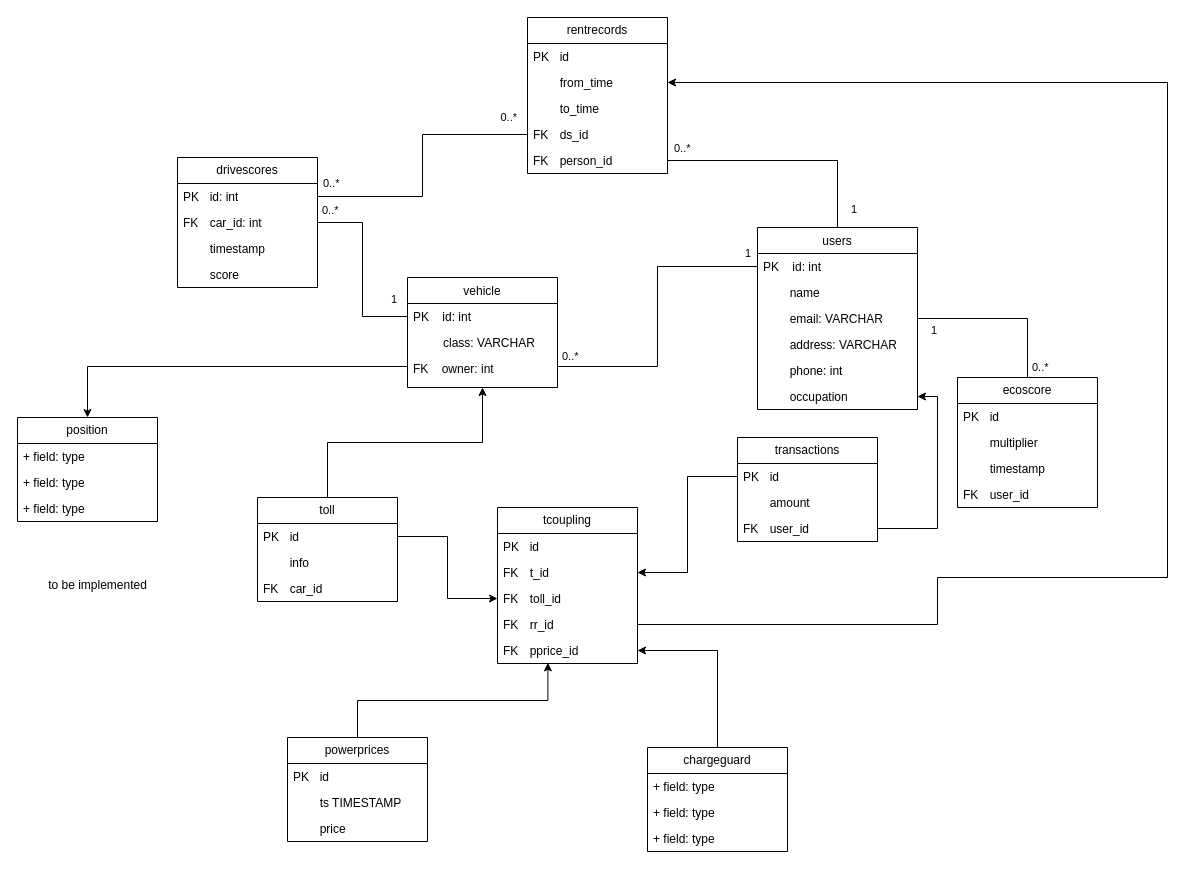
Before: Project Information/Diagram/prosjektdb.drawio in ElektroMannen/Ingenior-prosjekt-1, a draw.io diagram. Source tidied: cells renumbered, new cells numbered last; positions are measured from the earlier drawing's top-left corner, leaving out a move shared by most shapes. Both pictures are drawn from the tidied source at 100%, with x=0, y=0 at pixel (17, 17).
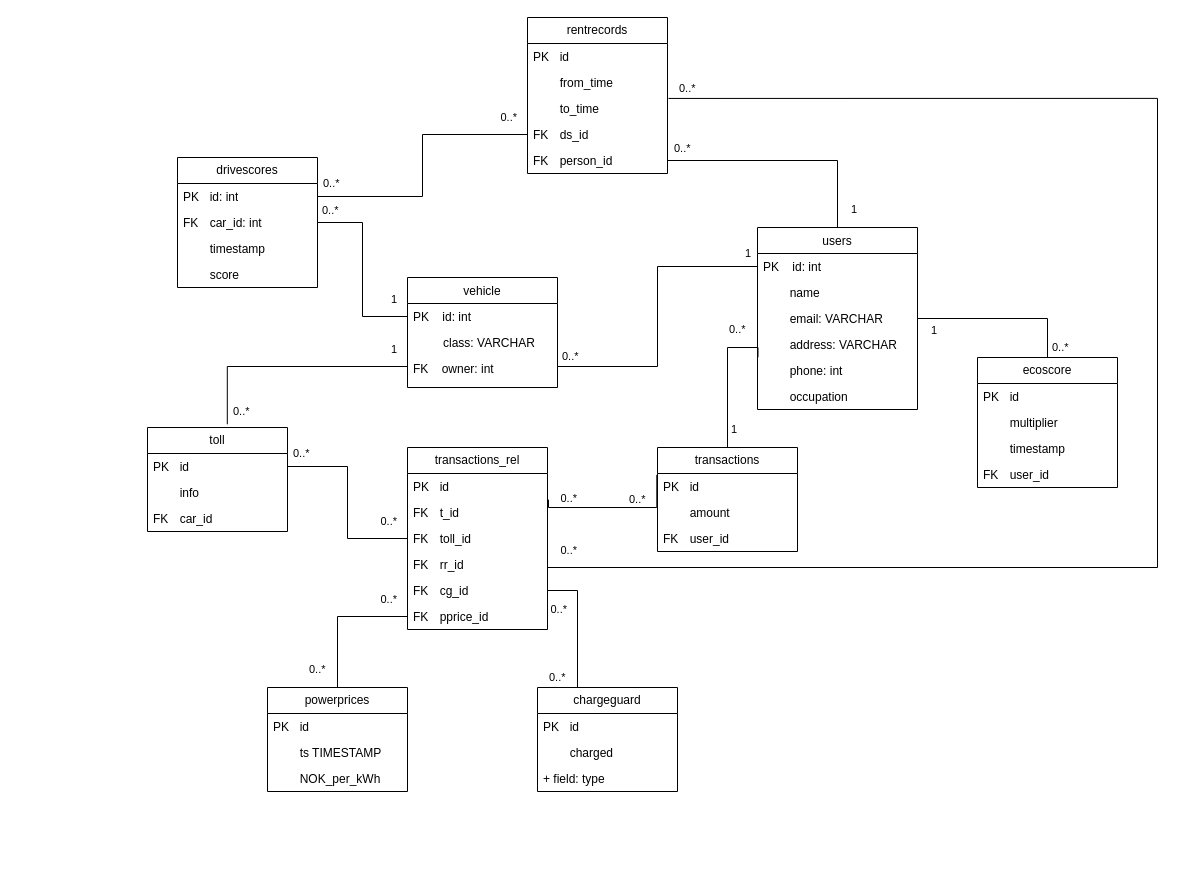
The same page after the edit.

Commit message (it also covers changes not shown here):
UML diagram for DB finished

Unchanged cells that the change refers to:
```xml
<mxCell id="2" value="vehicle" style="swimlane;fontStyle=0;align=center;verticalAlign=top;horizontal=1;startSize=26;rounded=0;shadow=0;strokeWidth=1;" parent="1" vertex="1">
  <mxGeometry x="390" y="260" width="150" height="110" as="geometry" />
</mxCell>
<mxCell id="5" value="FK    owner: int" style="text;align=left;verticalAlign=top;spacingLeft=4;spacingRight=4;overflow=hidden;points=[[0,0.5],[1,0.5]];portConstraint=eastwest;rounded=0;shadow=0;html=0;" parent="2" vertex="1">
  <mxGeometry y="78" width="150" height="22" as="geometry" />
</mxCell>
<mxCell id="11" value="        phone: int" style="text;align=left;verticalAlign=top;spacingLeft=4;spacingRight=4;overflow=hidden;points=[[0,0.5],[1,0.5]];portConstraint=eastwest;rounded=0;shadow=0;html=0;" parent="6" vertex="1">
  <mxGeometry y="130" width="160" height="26" as="geometry" />
</mxCell>
<mxCell id="12" value="&lt;span style=&quot;white-space: pre;&quot;&gt;&#9;&lt;/span&gt;occupation" style="text;strokeColor=none;fillColor=none;align=left;verticalAlign=top;spacingLeft=4;spacingRight=4;overflow=hidden;points=[[0,0.5],[1,0.5]];portConstraint=eastwest;whiteSpace=wrap;html=1;" parent="6" vertex="1">
  <mxGeometry y="156" width="160" height="26" as="geometry" />
</mxCell>
<mxCell id="23" value="&lt;span style=&quot;white-space: pre;&quot;&gt;&#9;&lt;/span&gt;from_time" style="text;strokeColor=none;fillColor=none;align=left;verticalAlign=top;spacingLeft=4;spacingRight=4;overflow=hidden;points=[[0,0.5],[1,0.5]];portConstraint=eastwest;whiteSpace=wrap;html=1;" parent="21" vertex="1">
  <mxGeometry y="52" width="140" height="26" as="geometry" />
</mxCell>
<mxCell id="24" value="&lt;span style=&quot;white-space: pre;&quot;&gt;&#9;&lt;/span&gt;to_time" style="text;strokeColor=none;fillColor=none;align=left;verticalAlign=top;spacingLeft=4;spacingRight=4;overflow=hidden;points=[[0,0.5],[1,0.5]];portConstraint=eastwest;whiteSpace=wrap;html=1;" parent="21" vertex="1">
  <mxGeometry y="78" width="140" height="26" as="geometry" />
</mxCell>
<mxCell id="48" value="PK&lt;span style=&quot;white-space: pre;&quot;&gt;&#9;&lt;/span&gt;id" style="text;strokeColor=none;fillColor=none;align=left;verticalAlign=top;spacingLeft=4;spacingRight=4;overflow=hidden;points=[[0,0.5],[1,0.5]];portConstraint=eastwest;whiteSpace=wrap;html=1;" parent="47" vertex="1">
  <mxGeometry y="26" width="140" height="26" as="geometry" />
</mxCell>
<mxCell id="66" value="PK&lt;span style=&quot;white-space: pre;&quot;&gt;&#9;&lt;/span&gt;id" style="text;strokeColor=none;fillColor=none;align=left;verticalAlign=top;spacingLeft=4;spacingRight=4;overflow=hidden;points=[[0,0.5],[1,0.5]];portConstraint=eastwest;whiteSpace=wrap;html=1;" parent="65" vertex="1">
  <mxGeometry y="26" width="140" height="26" as="geometry" />
</mxCell>
<mxCell id="68" value="FK&lt;span style=&quot;white-space: pre;&quot;&gt;&#9;&lt;/span&gt;user_id" style="text;strokeColor=none;fillColor=none;align=left;verticalAlign=top;spacingLeft=4;spacingRight=4;overflow=hidden;points=[[0,0.5],[1,0.5]];portConstraint=eastwest;whiteSpace=wrap;html=1;" parent="65" vertex="1">
  <mxGeometry y="78" width="140" height="26" as="geometry" />
</mxCell>
<mxCell id="71" value="FK&lt;span style=&quot;white-space: pre;&quot;&gt;&#9;&lt;/span&gt;t_id" style="text;strokeColor=none;fillColor=none;align=left;verticalAlign=top;spacingLeft=4;spacingRight=4;overflow=hidden;points=[[0,0.5],[1,0.5]];portConstraint=eastwest;whiteSpace=wrap;html=1;" parent="69" vertex="1">
  <mxGeometry y="52" width="140" height="26" as="geometry" />
</mxCell>
<mxCell id="72" value="FK&lt;span style=&quot;white-space: pre;&quot;&gt;&#9;&lt;/span&gt;toll_id" style="text;strokeColor=none;fillColor=none;align=left;verticalAlign=top;spacingLeft=4;spacingRight=4;overflow=hidden;points=[[0,0.5],[1,0.5]];portConstraint=eastwest;whiteSpace=wrap;html=1;" parent="69" vertex="1">
  <mxGeometry y="78" width="140" height="26" as="geometry" />
</mxCell>
<mxCell id="73" value="FK&lt;span style=&quot;white-space: pre;&quot;&gt;&#9;&lt;/span&gt;rr_id" style="text;strokeColor=none;fillColor=none;align=left;verticalAlign=top;spacingLeft=4;spacingRight=4;overflow=hidden;points=[[0,0.5],[1,0.5]];portConstraint=eastwest;whiteSpace=wrap;html=1;" parent="69" vertex="1">
  <mxGeometry y="104" width="140" height="26" as="geometry" />
</mxCell>
```

Diff of the diagram source:
```diff
@@
     <mxCell id="27" value="ecoscore" style="swimlane;fontStyle=0;horizontal=1;startSize=26;fillColor=none;whiteSpace=wrap;html=1;" parent="1" vertex="1">
-      <mxGeometry x="940" y="360" width="140" height="130" as="geometry" />
+      <mxGeometry x="960" y="340" width="140" height="130" as="geometry" />
     </mxCell>
@@
-    <mxCell id="44" style="edgeStyle=orthogonalEdgeStyle;rounded=0;jettySize=auto;html=1;exitX=0;exitY=0.5;exitDx=0;exitDy=0;entryX=0.5;entryY=0;entryDx=0;entryDy=0;" parent="1" edge="1" source="5" target="61">
-      <mxGeometry relative="1" as="geometry" />
-    </mxCell>
-    <mxCell id="45" value="to be implemented" style="text;html=1;align=center;verticalAlign=middle;strokeColor=none;fillColor=none;" parent="1" vertex="1">
-      <mxGeometry x="20" y="553" width="120" height="30" as="geometry" />
-    </mxCell>
-    <mxCell id="46" style="edgeStyle=orthogonalEdgeStyle;rounded=0;jettySize=auto;html=1;exitX=0.5;exitY=0;exitDx=0;exitDy=0;entryX=0.5;entryY=1;entryDx=0;entryDy=0;" parent="1" edge="1" source="47" target="2">
-      <mxGeometry relative="1" as="geometry" />
-    </mxCell>
     <mxCell id="47" value="toll" style="swimlane;fontStyle=0;horizontal=1;startSize=26;fillColor=none;whiteSpace=wrap;html=1;" parent="1" vertex="1">
-      <mxGeometry x="240" y="480" width="140" height="104" as="geometry" />
+      <mxGeometry x="130" y="410" width="140" height="104" as="geometry" />
     </mxCell>
@@
-    <mxCell id="51" style="edgeStyle=orthogonalEdgeStyle;rounded=0;jettySize=auto;html=1;exitX=0.5;exitY=0;exitDx=0;exitDy=0;entryX=1;entryY=0.5;entryDx=0;entryDy=0;" parent="1" edge="1" source="52" target="74">
-      <mxGeometry relative="1" as="geometry" />
-    </mxCell>
     <mxCell id="52" value="chargeguard" style="swimlane;fontStyle=0;horizontal=1;startSize=26;fillColor=none;whiteSpace=wrap;html=1;" parent="1" vertex="1">
-      <mxGeometry x="630" y="730" width="140" height="104" as="geometry" />
+      <mxGeometry x="520" y="670" width="140" height="104" as="geometry" />
     </mxCell>
-    <mxCell id="53" value="+ field: type" style="text;strokeColor=none;fillColor=none;align=left;verticalAlign=top;spacingLeft=4;spacingRight=4;overflow=hidden;whiteSpace=wrap;html=1;" parent="52" vertex="1">
+    <mxCell id="53" value="PK&lt;span style=&quot;white-space: pre;&quot;&gt;&#9;&lt;/span&gt;id&lt;span style=&quot;white-space: pre;&quot;&gt;&#9;&lt;/span&gt;" style="text;strokeColor=none;fillColor=none;align=left;verticalAlign=top;spacingLeft=4;spacingRight=4;overflow=hidden;whiteSpace=wrap;html=1;" parent="52" vertex="1">
       <mxGeometry y="26" width="140" height="26" as="geometry" />
     </mxCell>
-    <mxCell id="54" value="+ field: type" style="text;strokeColor=none;fillColor=none;align=left;verticalAlign=top;spacingLeft=4;spacingRight=4;overflow=hidden;whiteSpace=wrap;html=1;" parent="52" vertex="1">
+    <mxCell id="54" value="&lt;span style=&quot;white-space: pre;&quot;&gt;&#9;&lt;/span&gt;charged" style="text;strokeColor=none;fillColor=none;align=left;verticalAlign=top;spacingLeft=4;spacingRight=4;overflow=hidden;whiteSpace=wrap;html=1;" parent="52" vertex="1">
       <mxGeometry y="52" width="140" height="26" as="geometry" />
     </mxCell>
@@
     <mxCell id="56" value="powerprices" style="swimlane;fontStyle=0;horizontal=1;startSize=26;fillColor=none;whiteSpace=wrap;html=1;" parent="1" vertex="1">
-      <mxGeometry x="270" y="720" width="140" height="104" as="geometry" />
+      <mxGeometry x="250" y="670" width="140" height="104" as="geometry" />
     </mxCell>
@@
-    <mxCell id="59" value="&lt;span style=&quot;white-space: pre;&quot;&gt;&#9;&lt;/span&gt;price" style="text;strokeColor=none;fillColor=none;align=left;verticalAlign=top;spacingLeft=4;spacingRight=4;overflow=hidden;whiteSpace=wrap;html=1;" parent="56" vertex="1">
+    <mxCell id="59" value="&lt;span style=&quot;white-space: pre;&quot;&gt;&#9;&lt;/span&gt;NOK_per_kWh" style="text;strokeColor=none;fillColor=none;align=left;verticalAlign=top;spacingLeft=4;spacingRight=4;overflow=hidden;whiteSpace=wrap;html=1;" parent="56" vertex="1">
       <mxGeometry y="78" width="140" height="26" as="geometry" />
     </mxCell>
-    <mxCell id="60" style="group;" parent="1" vertex="1">
-      <mxGeometry y="400" width="140" height="104" as="geometry" />
-    </mxCell>
-    <mxCell id="61" value="position" style="swimlane;fontStyle=0;horizontal=1;startSize=26;fillColor=none;whiteSpace=wrap;html=1;" parent="60" vertex="1">
-      <mxGeometry width="140" height="104" as="geometry" />
-    </mxCell>
-    <mxCell id="62" value="+ field: type" style="text;strokeColor=none;fillColor=none;align=left;verticalAlign=top;spacingLeft=4;spacingRight=4;overflow=hidden;whiteSpace=wrap;html=1;" parent="60" vertex="1">
-      <mxGeometry y="26" width="140" height="26" as="geometry" />
-    </mxCell>
-    <mxCell id="63" value="+ field: type" style="text;strokeColor=none;fillColor=none;align=left;verticalAlign=top;spacingLeft=4;spacingRight=4;overflow=hidden;whiteSpace=wrap;html=1;" parent="60" vertex="1">
-      <mxGeometry y="52" width="140" height="26" as="geometry" />
-    </mxCell>
-    <mxCell id="64" value="+ field: type" style="text;strokeColor=none;fillColor=none;align=left;verticalAlign=top;spacingLeft=4;spacingRight=4;overflow=hidden;whiteSpace=wrap;html=1;" parent="60" vertex="1">
-      <mxGeometry y="78" width="140" height="26" as="geometry" />
-    </mxCell>
     <mxCell id="65" value="transactions" style="swimlane;fontStyle=0;horizontal=1;startSize=26;fillColor=none;whiteSpace=wrap;html=1;" parent="1" vertex="1">
-      <mxGeometry x="720" y="420" width="140" height="104" as="geometry" />
+      <mxGeometry x="640" y="430" width="140" height="104" as="geometry" />
     </mxCell>
@@
-    <mxCell id="69" value="tcoupling" style="swimlane;fontStyle=0;horizontal=1;startSize=26;fillColor=none;whiteSpace=wrap;html=1;" parent="1" vertex="1">
-      <mxGeometry x="480" y="490" width="140" height="156" as="geometry" />
+    <mxCell id="69" value="transactions&lt;span style=&quot;background-color: initial;&quot;&gt;_rel&lt;/span&gt;" style="swimlane;fontStyle=0;horizontal=1;startSize=26;fillColor=none;whiteSpace=wrap;html=1;" parent="1" vertex="1">
+      <mxGeometry x="390" y="430" width="140" height="182" as="geometry" />
     </mxCell>
@@
+    <mxCell id="80" value="FK&lt;span style=&quot;white-space: pre;&quot;&gt;&#9;&lt;/span&gt;cg_id" style="text;strokeColor=none;fillColor=none;align=left;verticalAlign=top;spacingLeft=4;spacingRight=4;overflow=hidden;points=[[0,0.5],[1,0.5]];portConstraint=eastwest;whiteSpace=wrap;html=1;" parent="69" vertex="1">
+      <mxGeometry y="130" width="140" height="26" as="geometry" />
+    </mxCell>
     <mxCell id="74" value="FK&lt;span style=&quot;white-space: pre;&quot;&gt;&#9;&lt;/span&gt;pprice_id" style="text;strokeColor=none;fillColor=none;align=left;verticalAlign=top;spacingLeft=4;spacingRight=4;overflow=hidden;points=[[0,0.5],[1,0.5]];portConstraint=eastwest;whiteSpace=wrap;html=1;" parent="69" vertex="1">
-      <mxGeometry y="130" width="140" height="26" as="geometry" />
+      <mxGeometry y="156" width="140" height="26" as="geometry" />
     </mxCell>
+    <mxCell id="81" style="endArrow=none;html=1;edgeStyle=orthogonalEdgeStyle;rounded=0;exitX=0.5;exitY=0;exitDx=0;exitDy=0;entryX=1;entryY=0.5;entryDx=0;entryDy=0;" parent="1" edge="1" source="52" target="80">
+      <mxGeometry relative="1" as="geometry">
+        <Array as="points">
+          <mxPoint x="560" y="670" />
+          <mxPoint x="560" y="573" />
+        </Array>
+      </mxGeometry>
+    </mxCell>
+    <mxCell id="82" value="0..*" style="edgeLabel;html=1;align=left;verticalAlign=bottom;" parent="81" vertex="1">
+      <mxGeometry x="-1" relative="1" as="geometry">
+        <mxPoint x="-60" y="-2" as="offset" />
+      </mxGeometry>
+    </mxCell>
+    <mxCell id="83" value="0..*" style="edgeLabel;html=1;align=right;verticalAlign=bottom;" parent="81" vertex="1">
+      <mxGeometry x="1" relative="1" as="geometry">
+        <mxPoint x="20" y="27" as="offset" />
+      </mxGeometry>
+    </mxCell>
+    <mxCell id="84" style="endArrow=none;html=1;edgeStyle=orthogonalEdgeStyle;rounded=0;entryX=0.5;entryY=0;entryDx=0;entryDy=0;exitX=0.003;exitY=-0.009;exitDx=0;exitDy=0;exitPerimeter=0;" parent="1" edge="1" source="11" target="65">
+      <mxGeometry relative="1" as="geometry" />
+    </mxCell>
+    <mxCell id="85" value="0..*" style="edgeLabel;html=1;align=left;verticalAlign=bottom;" parent="84" vertex="1">
+      <mxGeometry x="-1" relative="1" as="geometry">
+        <mxPoint x="-30" y="-20" as="offset" />
+      </mxGeometry>
+    </mxCell>
+    <mxCell id="86" value="1" style="edgeLabel;html=1;align=right;verticalAlign=bottom;" parent="84" vertex="1">
+      <mxGeometry x="1" relative="1" as="geometry">
+        <mxPoint x="10" y="-10" as="offset" />
+      </mxGeometry>
+    </mxCell>
+    <mxCell id="87" style="endArrow=none;html=1;edgeStyle=orthogonalEdgeStyle;rounded=0;entryX=1;entryY=0.5;entryDx=0;entryDy=0;exitX=1.007;exitY=0.113;exitDx=0;exitDy=0;exitPerimeter=0;" parent="1" edge="1" source="24" target="73">
+      <mxGeometry relative="1" as="geometry">
+        <Array as="points">
+          <mxPoint x="1140" y="81" />
+          <mxPoint x="1140" y="550" />
+          <mxPoint x="530" y="550" />
+        </Array>
+      </mxGeometry>
+    </mxCell>
+    <mxCell id="88" value="0..*" style="edgeLabel;html=1;align=left;verticalAlign=bottom;" parent="87" vertex="1">
+      <mxGeometry x="-1" relative="1" as="geometry">
+        <mxPoint x="9" y="-2" as="offset" />
+      </mxGeometry>
+    </mxCell>
+    <mxCell id="89" value="0..*" style="edgeLabel;html=1;align=right;verticalAlign=bottom;" parent="87" vertex="1">
+      <mxGeometry x="1" relative="1" as="geometry">
+        <mxPoint x="30" y="-6" as="offset" />
+      </mxGeometry>
+    </mxCell>
-    <mxCell id="75" style="edgeStyle=orthogonalEdgeStyle;rounded=0;jettySize=auto;html=1;exitX=0.5;exitY=0;exitDx=0;exitDy=0;entryX=0.36;entryY=0.975;entryDx=0;entryDy=0;entryPerimeter=0;" parent="1" edge="1" source="56" target="74">
+    <mxCell id="75" style="endArrow=none;html=1;edgeStyle=orthogonalEdgeStyle;rounded=0;exitX=0.5;exitY=0;exitDx=0;exitDy=0;entryX=0;entryY=0.5;entryDx=0;entryDy=0;curved=0;startArrow=none;startFill=0;endFill=0;" parent="1" edge="1" source="56" target="74">
       <mxGeometry relative="1" as="geometry" />
     </mxCell>
-    <mxCell id="76" style="edgeStyle=orthogonalEdgeStyle;rounded=0;jettySize=auto;html=1;exitX=1;exitY=0.5;exitDx=0;exitDy=0;entryX=1;entryY=0.5;entryDx=0;entryDy=0;" parent="1" edge="1" source="68" target="12">
-      <mxGeometry relative="1" as="geometry" />
-    </mxCell>
+    <mxCell id="90" value="0..*" style="edgeLabel;html=1;align=left;verticalAlign=bottom;" parent="75" vertex="1">
+      <mxGeometry x="-1" relative="1" as="geometry">
+        <mxPoint x="-30" y="-10" as="offset" />
+      </mxGeometry>
+    </mxCell>
+    <mxCell id="91" value="0..*" style="edgeLabel;html=1;align=right;verticalAlign=bottom;" parent="75" vertex="1">
+      <mxGeometry x="1" relative="1" as="geometry">
+        <mxPoint x="-10" y="-9" as="offset" />
+      </mxGeometry>
+    </mxCell>
-    <mxCell id="77" style="edgeStyle=orthogonalEdgeStyle;rounded=0;jettySize=auto;html=1;exitX=1;exitY=0.5;exitDx=0;exitDy=0;entryX=0;entryY=0.5;entryDx=0;entryDy=0;" parent="1" edge="1" source="48" target="72">
+    <mxCell id="77" style="endArrow=none;html=1;edgeStyle=orthogonalEdgeStyle;rounded=0;exitX=1;exitY=0.5;exitDx=0;exitDy=0;entryX=0;entryY=0.5;entryDx=0;entryDy=0;curved=0;startArrow=none;startFill=0;endFill=0;" parent="1" edge="1" source="48" target="72">
       <mxGeometry relative="1" as="geometry" />
     </mxCell>
+    <mxCell id="92" value="0..*" style="edgeLabel;html=1;align=left;verticalAlign=bottom;" parent="77" vertex="1">
+      <mxGeometry x="-1" relative="1" as="geometry">
+        <mxPoint x="4" y="-5" as="offset" />
+      </mxGeometry>
+    </mxCell>
+    <mxCell id="93" value="0..*" style="edgeLabel;html=1;align=right;verticalAlign=bottom;" parent="77" vertex="1">
+      <mxGeometry x="1" relative="1" as="geometry">
+        <mxPoint x="-10" y="-9" as="offset" />
+      </mxGeometry>
+    </mxCell>
+    <mxCell id="94" style="endArrow=none;html=1;edgeStyle=orthogonalEdgeStyle;rounded=0;exitX=0.57;exitY=-0.031;exitDx=0;exitDy=0;curved=0;startArrow=none;startFill=0;endFill=0;exitPerimeter=0;" parent="1" edge="1" source="47" target="5">
+      <mxGeometry relative="1" as="geometry" />
+    </mxCell>
+    <mxCell id="95" value="0..*" style="edgeLabel;html=1;align=left;verticalAlign=bottom;" parent="94" vertex="1">
+      <mxGeometry x="-1" relative="1" as="geometry">
+        <mxPoint x="4" y="-5" as="offset" />
+      </mxGeometry>
+    </mxCell>
+    <mxCell id="96" value="1" style="edgeLabel;html=1;align=right;verticalAlign=bottom;" parent="94" vertex="1">
+      <mxGeometry x="1" relative="1" as="geometry">
+        <mxPoint x="-10" y="-9" as="offset" />
+      </mxGeometry>
+    </mxCell>
-    <mxCell id="78" style="edgeStyle=orthogonalEdgeStyle;rounded=0;jettySize=auto;html=1;exitX=0;exitY=0.5;exitDx=0;exitDy=0;entryX=1;entryY=0.5;entryDx=0;entryDy=0;" parent="1" edge="1" source="66" target="71">
-      <mxGeometry relative="1" as="geometry" />
+    <mxCell id="78" style="endArrow=none;html=1;edgeStyle=orthogonalEdgeStyle;rounded=0;exitX=-0.005;exitY=0.054;exitDx=0;exitDy=0;entryX=1.007;entryY=0.005;entryDx=0;entryDy=0;entryPerimeter=0;exitPerimeter=0;" parent="1" edge="1" source="66" target="71">
+      <mxGeometry relative="1" as="geometry">
+        <Array as="points">
+          <mxPoint x="639" y="490" />
+          <mxPoint x="531" y="490" />
+        </Array>
+      </mxGeometry>
     </mxCell>
-    <mxCell id="79" style="edgeStyle=orthogonalEdgeStyle;rounded=0;jettySize=auto;html=1;exitX=1;exitY=0.5;exitDx=0;exitDy=0;entryX=1;entryY=0.5;entryDx=0;entryDy=0;" parent="1" edge="1" source="73" target="23">
-      <mxGeometry relative="1" as="geometry">
-        <Array as="points">
-          <mxPoint x="920" y="607" />
-          <mxPoint x="920" y="560" />
-          <mxPoint x="1150" y="560" />
-          <mxPoint x="1150" y="65" />
-        </Array>
-      </mxGeometry>
-    </mxCell>
+    <mxCell id="97" value="0..*" style="edgeLabel;html=1;align=left;verticalAlign=bottom;" parent="78" vertex="1">
+      <mxGeometry x="-1" relative="1" as="geometry">
+        <mxPoint x="-29" y="33" as="offset" />
+      </mxGeometry>
+    </mxCell>
+    <mxCell id="98" value="0..*" style="edgeLabel;html=1;align=right;verticalAlign=bottom;" parent="78" vertex="1">
+      <mxGeometry x="1" relative="1" as="geometry">
+        <mxPoint x="29" y="7" as="offset" />
+      </mxGeometry>
+    </mxCell>
```
